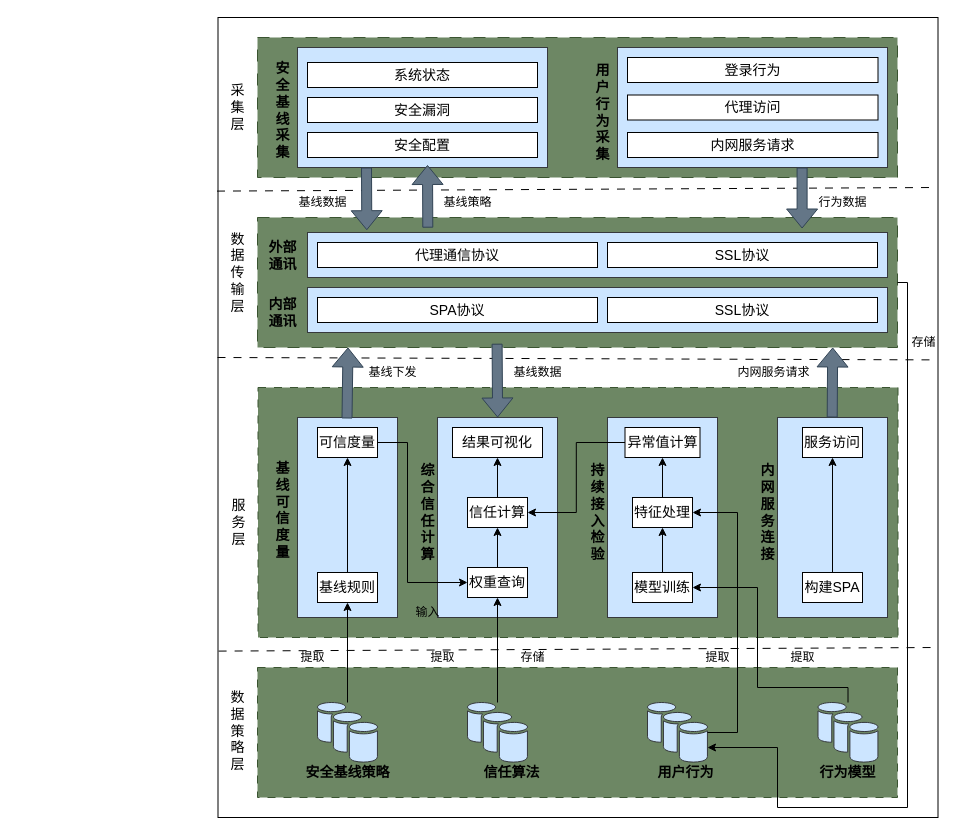
Above: testDirectory/零信任可信接入系统架构图.drawio in Moose1273/- (draw.io), before the change. Source tidied: cells renumbered, new cells numbered last; positions are measured from the earlier drawing's top-left corner, leaving out a move shared by most shapes. Both pictures are drawn from the tidied source at 100%, with x=0, y=0 at pixel (217, 17).
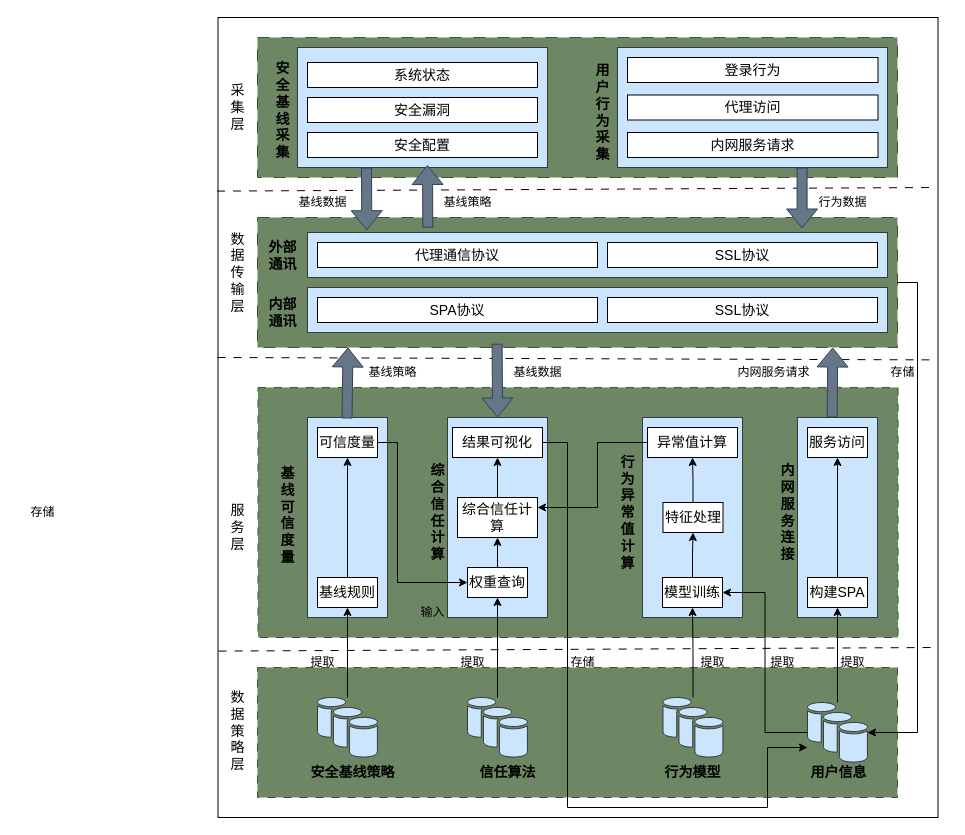
Above is the later version.

Commit message (it also covers changes not shown here):
更新零信任可信接入系统架构图.drawio

Unchanged cells that the change refers to:
```xml
<mxCell id="3" style="rounded=0;whiteSpace=wrap;html=1;fillColor=#6d8764;strokeColor=#3A5431;fontColor=#ffffff;dashed=1;dashPattern=12 12;" parent="1" vertex="1">
  <mxGeometry x="40" y="200" width="640" height="130" as="geometry" />
</mxCell>
<mxCell id="47" value="权重查询" style="whiteSpace=wrap;html=1;fontSize=14;verticalAlign=middle;sketch=0;shadow=0;dashed=0;" parent="1" vertex="1">
  <mxGeometry x="250" y="550" width="60" height="30" as="geometry" />
</mxCell>
<mxCell id="48" value="结果可视化" style="whiteSpace=wrap;html=1;fontSize=14;rounded=0;" parent="1" vertex="1">
  <mxGeometry x="235" y="410" width="90" height="30" as="geometry" />
</mxCell>
<mxCell id="54" value="可信度量" style="rounded=0;whiteSpace=wrap;html=1;fontSize=14;" parent="1" vertex="1">
  <mxGeometry x="100" y="410" width="60" height="30" as="geometry" />
</mxCell>
```

Change to the diagram source:
```diff
@@
     <mxCell id="9" value="&lt;font style=&quot;font-size: 14px;&quot;&gt;服&lt;br style=&quot;font-size: 14px;&quot;&gt;务&lt;br style=&quot;font-size: 14px;&quot;&gt;层&lt;/font&gt;" style="text;html=1;align=center;verticalAlign=middle;strokeColor=none;fillColor=none;fontSize=14;" parent="1" vertex="1">
-      <mxGeometry x="0.5" y="475" width="40" height="60" as="geometry" />
+      <mxGeometry y="480" width="40" height="60" as="geometry" />
     </mxCell>
+    <mxCell id="12" style="edgeStyle=orthogonalEdgeStyle;rounded=0;jettySize=auto;html=1;exitX=1;exitY=0.5;exitDx=0;exitDy=0;" parent="1" edge="1" source="3" target="33">
+      <mxGeometry relative="1" as="geometry">
+        <Array as="points">
+          <mxPoint x="700" y="265" />
+          <mxPoint x="700" y="715" />
+        </Array>
+      </mxGeometry>
+    </mxCell>
@@
     <mxCell id="11" style="rounded=0;whiteSpace=wrap;html=1;fillColor=#cce5ff;strokeColor=#36393d;" parent="1" vertex="1">
-      <mxGeometry x="560" y="400" width="110" height="200" as="geometry" />
+      <mxGeometry x="580" y="400" width="80" height="200" as="geometry" />
     </mxCell>
-    <mxCell id="12" style="edgeStyle=orthogonalEdgeStyle;rounded=0;jettySize=auto;html=1;exitX=1;exitY=0.5;exitDx=0;exitDy=0;entryX=1;entryY=0.75;entryDx=0;entryDy=0;entryPerimeter=0;" parent="1" edge="1" source="3" target="33">
-      <mxGeometry relative="1" as="geometry">
-        <Array as="points">
-          <mxPoint x="690" y="265" />
-          <mxPoint x="690" y="790" />
-          <mxPoint x="560" y="790" />
-          <mxPoint x="560" y="730" />
-        </Array>
-      </mxGeometry>
-    </mxCell>
@@
     <mxCell id="19" style="sketch=0;shadow=0;dashed=0;html=1;labelPosition=center;verticalLabelPosition=bottom;verticalAlign=top;outlineConnect=0;align=center;shape=mxgraph.office.databases.database_availability_group;fontSize=14;fillColor=#cce5ff;strokeColor=#36393d;" parent="1" vertex="1">
-      <mxGeometry x="100" y="685" width="60" height="60" as="geometry" />
+      <mxGeometry x="100" y="680" width="60" height="60" as="geometry" />
     </mxCell>
@@
-    <mxCell id="23" value="&lt;span style=&quot;font-size: 14px;&quot;&gt;&lt;b&gt;持&lt;br&gt;续&lt;br&gt;接&lt;br&gt;入&lt;br&gt;检&lt;br&gt;验&lt;/b&gt;&lt;/span&gt;" style="text;html=1;align=center;verticalAlign=middle;strokeColor=none;fillColor=none;" parent="1" vertex="1">
-      <mxGeometry x="360" y="440" width="40" height="110" as="geometry" />
+    <mxCell id="23" value="&lt;span style=&quot;font-size: 14px;&quot;&gt;&lt;b&gt;行&lt;/b&gt;&lt;/span&gt;&lt;div&gt;&lt;span style=&quot;font-size: 14px;&quot;&gt;&lt;b&gt;为&lt;/b&gt;&lt;/span&gt;&lt;/div&gt;&lt;div&gt;&lt;span style=&quot;font-size: 14px;&quot;&gt;&lt;b&gt;异&lt;/b&gt;&lt;/span&gt;&lt;div&gt;&lt;span style=&quot;font-size: 14px;&quot;&gt;&lt;b&gt;常&lt;/b&gt;&lt;/span&gt;&lt;/div&gt;&lt;div&gt;&lt;span style=&quot;font-size: 14px;&quot;&gt;&lt;b&gt;值&lt;/b&gt;&lt;/span&gt;&lt;/div&gt;&lt;div&gt;&lt;span style=&quot;font-size: 14px;&quot;&gt;&lt;b&gt;计&lt;/b&gt;&lt;/span&gt;&lt;/div&gt;&lt;div&gt;&lt;span style=&quot;font-size: 14px;&quot;&gt;&lt;b&gt;算&lt;/b&gt;&lt;/span&gt;&lt;/div&gt;&lt;/div&gt;" style="text;html=1;align=center;verticalAlign=middle;strokeColor=none;fillColor=none;" parent="1" vertex="1">
+      <mxGeometry x="390" y="430" width="40" height="130" as="geometry" />
     </mxCell>
     <mxCell id="24" style="sketch=0;shadow=0;dashed=0;html=1;strokeColor=#36393d;fillColor=#cce5ff;labelPosition=center;verticalLabelPosition=bottom;verticalAlign=top;outlineConnect=0;align=center;shape=mxgraph.office.databases.database_availability_group;fontSize=14;" parent="1" vertex="1">
-      <mxGeometry x="250" y="685" width="60" height="60" as="geometry" />
+      <mxGeometry x="250" y="680" width="60" height="60" as="geometry" />
     </mxCell>
@@
     <mxCell id="30" value="&lt;b&gt;&lt;font style=&quot;font-size: 14px;&quot;&gt;信任算法&lt;/font&gt;&lt;/b&gt;" style="text;html=1;align=center;verticalAlign=middle;strokeColor=none;fillColor=none;" parent="1" vertex="1">
-      <mxGeometry x="253.5" y="740" width="80" height="30" as="geometry" />
+      <mxGeometry x="250" y="740" width="80" height="30" as="geometry" />
     </mxCell>
-    <mxCell id="31" value="&lt;span style=&quot;font-size: 14px;&quot;&gt;&lt;b&gt;用户行为&lt;/b&gt;&lt;/span&gt;" style="text;html=1;align=center;verticalAlign=middle;strokeColor=none;fillColor=none;" parent="1" vertex="1">
-      <mxGeometry x="427.5" y="740" width="80" height="30" as="geometry" />
+    <mxCell id="31" value="&lt;span style=&quot;font-size: 14px;&quot;&gt;&lt;b&gt;用户信息&lt;/b&gt;&lt;/span&gt;" style="text;html=1;align=center;verticalAlign=middle;strokeColor=none;fillColor=none;" parent="1" vertex="1">
+      <mxGeometry x="580.5" y="740" width="80" height="30" as="geometry" />
     </mxCell>
     <mxCell id="32" value="&lt;b&gt;&lt;font style=&quot;font-size: 14px;&quot;&gt;行为模型&lt;/font&gt;&lt;/b&gt;" style="text;html=1;align=center;verticalAlign=middle;strokeColor=none;fillColor=none;" parent="1" vertex="1">
-      <mxGeometry x="590" y="740" width="80" height="30" as="geometry" />
+      <mxGeometry x="435" y="740" width="80" height="30" as="geometry" />
     </mxCell>
+    <mxCell id="91" style="edgeStyle=orthogonalEdgeStyle;rounded=0;jettySize=auto;html=1;" parent="1" edge="1" source="33" target="51">
+      <mxGeometry relative="1" as="geometry" />
+    </mxCell>
     <mxCell id="33" style="sketch=0;shadow=0;dashed=0;html=1;strokeColor=#36393d;fillColor=#cce5ff;labelPosition=center;verticalLabelPosition=bottom;verticalAlign=top;outlineConnect=0;align=center;shape=mxgraph.office.databases.database_availability_group;fontSize=14;" parent="1" vertex="1">
-      <mxGeometry x="430" y="685" width="60" height="60" as="geometry" />
+      <mxGeometry x="590" y="685" width="60" height="60" as="geometry" />
     </mxCell>
     <mxCell id="34" style="sketch=0;shadow=0;dashed=0;html=1;strokeColor=#36393d;fillColor=#cce5ff;labelPosition=center;verticalLabelPosition=bottom;verticalAlign=top;outlineConnect=0;align=center;shape=mxgraph.office.databases.database_availability_group;fontSize=14;" parent="1" vertex="1">
-      <mxGeometry x="600.5" y="685" width="60" height="60" as="geometry" />
+      <mxGeometry x="445.5" y="680" width="60" height="60" as="geometry" />
     </mxCell>
     <mxCell id="35" value="&lt;span style=&quot;font-size: 14px;&quot;&gt;&lt;b&gt;安全基线策略&lt;/b&gt;&lt;/span&gt;" style="text;html=1;align=center;verticalAlign=middle;strokeColor=none;fillColor=none;" parent="1" vertex="1">
-      <mxGeometry x="75" y="740" width="110" height="30" as="geometry" />
+      <mxGeometry x="80" y="740" width="110" height="30" as="geometry" />
     </mxCell>
@@
     <mxCell id="42" value="&lt;span style=&quot;font-size: 14px;&quot;&gt;&lt;b&gt;综&lt;/b&gt;&lt;/span&gt;&lt;div&gt;&lt;span style=&quot;font-size: 14px;&quot;&gt;&lt;b&gt;合&lt;/b&gt;&lt;/span&gt;&lt;/div&gt;&lt;div&gt;&lt;span style=&quot;font-size: 14px;&quot;&gt;&lt;b&gt;信&lt;/b&gt;&lt;/span&gt;&lt;/div&gt;&lt;div&gt;&lt;span style=&quot;font-size: 14px;&quot;&gt;&lt;b&gt;任&lt;/b&gt;&lt;/span&gt;&lt;/div&gt;&lt;div&gt;&lt;span style=&quot;font-size: 14px;&quot;&gt;&lt;b&gt;计&lt;/b&gt;&lt;/span&gt;&lt;/div&gt;&lt;div&gt;&lt;span style=&quot;font-size: 14px;&quot;&gt;&lt;b&gt;算&lt;/b&gt;&lt;/span&gt;&lt;/div&gt;" style="text;html=1;align=center;verticalAlign=middle;strokeColor=none;fillColor=none;" parent="1" vertex="1">
-      <mxGeometry x="190" y="440" width="40" height="110" as="geometry" />
+      <mxGeometry x="200" y="440" width="40" height="110" as="geometry" />
     </mxCell>
     <mxCell id="43" value="&lt;span style=&quot;font-size: 14px;&quot;&gt;&lt;b&gt;基&lt;/b&gt;&lt;/span&gt;&lt;div&gt;&lt;span style=&quot;font-size: 14px;&quot;&gt;&lt;b&gt;线&lt;/b&gt;&lt;/span&gt;&lt;/div&gt;&lt;div&gt;&lt;span style=&quot;font-size: 14px;&quot;&gt;&lt;b&gt;可&lt;/b&gt;&lt;/span&gt;&lt;/div&gt;&lt;div&gt;&lt;span style=&quot;font-size: 14px;&quot;&gt;&lt;b&gt;信&lt;/b&gt;&lt;/span&gt;&lt;/div&gt;&lt;div&gt;&lt;span style=&quot;font-size: 14px;&quot;&gt;&lt;b&gt;度&lt;/b&gt;&lt;/span&gt;&lt;/div&gt;&lt;div&gt;&lt;span style=&quot;font-size: 14px;&quot;&gt;&lt;b&gt;量&lt;/b&gt;&lt;/span&gt;&lt;/div&gt;&lt;div&gt;&lt;br&gt;&lt;/div&gt;" style="text;html=1;align=center;verticalAlign=middle;strokeColor=none;fillColor=none;" parent="1" vertex="1">
-      <mxGeometry x="45" y="435" width="40" height="130" as="geometry" />
+      <mxGeometry x="50" y="440" width="40" height="130" as="geometry" />
     </mxCell>
     <mxCell id="44" style="rounded=0;whiteSpace=wrap;html=1;fillColor=#cce5ff;strokeColor=#36393d;" parent="1" vertex="1">
-      <mxGeometry x="220" y="400" width="120" height="200" as="geometry" />
+      <mxGeometry x="230" y="400" width="100" height="200" as="geometry" />
     </mxCell>
@@
     <mxCell id="49" style="rounded=0;whiteSpace=wrap;html=1;fillColor=#cce5ff;strokeColor=#36393d;" parent="1" vertex="1">
-      <mxGeometry x="390" y="400" width="110" height="200" as="geometry" />
+      <mxGeometry x="425" y="400" width="100" height="200" as="geometry" />
     </mxCell>
@@
     <mxCell id="51" value="构建SPA" style="whiteSpace=wrap;html=1;fontSize=14;rounded=0;" parent="1" vertex="1">
-      <mxGeometry x="585" y="555" width="60" height="30" as="geometry" />
+      <mxGeometry x="590" y="560" width="60" height="30" as="geometry" />
     </mxCell>
     <mxCell id="52" style="rounded=0;whiteSpace=wrap;html=1;fillColor=#cce5ff;strokeColor=#36393d;" parent="1" vertex="1">
-      <mxGeometry x="80" y="400" width="100" height="200" as="geometry" />
+      <mxGeometry x="90" y="400" width="80" height="200" as="geometry" />
     </mxCell>
     <mxCell id="53" style="edgeStyle=orthogonalEdgeStyle;rounded=0;jettySize=auto;html=1;entryX=0;entryY=0.5;entryDx=0;entryDy=0;" parent="1" edge="1" source="54" target="47">
       <mxGeometry relative="1" as="geometry">
         <Array as="points">
-          <mxPoint x="190" y="425" />
-          <mxPoint x="190" y="565" />
+          <mxPoint x="180" y="425" />
+          <mxPoint x="180" y="565" />
         </Array>
       </mxGeometry>
     </mxCell>
@@
     <mxCell id="57" value="基线规则" style="whiteSpace=wrap;html=1;fontSize=14;verticalAlign=middle;sketch=0;shadow=0;dashed=0;" parent="1" vertex="1">
-      <mxGeometry x="100" y="555" width="60" height="30" as="geometry" />
+      <mxGeometry x="100" y="560" width="60" height="30" as="geometry" />
     </mxCell>
@@
-    <mxCell id="63" value="基线下发" style="text;html=1;align=center;verticalAlign=middle;strokeColor=none;fillColor=none;" parent="1" vertex="1">
+    <mxCell id="63" value="基线策略" style="text;html=1;align=center;verticalAlign=middle;strokeColor=none;fillColor=none;" parent="1" vertex="1">
       <mxGeometry x="140" y="340" width="70" height="30" as="geometry" />
     </mxCell>
     <mxCell id="64" value="&lt;div&gt;&lt;span style=&quot;font-size: 14px;&quot;&gt;&lt;b&gt;内&lt;/b&gt;&lt;/span&gt;&lt;/div&gt;&lt;div&gt;&lt;span style=&quot;font-size: 14px;&quot;&gt;&lt;b&gt;网&lt;/b&gt;&lt;/span&gt;&lt;/div&gt;&lt;span style=&quot;font-size: 14px;&quot;&gt;&lt;b&gt;服&lt;/b&gt;&lt;/span&gt;&lt;div&gt;&lt;span style=&quot;font-size: 14px;&quot;&gt;&lt;b&gt;务&lt;/b&gt;&lt;/span&gt;&lt;/div&gt;&lt;div&gt;&lt;span style=&quot;font-size: 14px;&quot;&gt;&lt;b&gt;连&lt;/b&gt;&lt;/span&gt;&lt;/div&gt;&lt;div&gt;&lt;span style=&quot;font-size: 14px;&quot;&gt;&lt;b&gt;接&lt;/b&gt;&lt;/span&gt;&lt;/div&gt;" style="text;html=1;align=center;verticalAlign=middle;strokeColor=none;fillColor=none;" parent="1" vertex="1">
-      <mxGeometry x="530" y="440" width="40" height="110" as="geometry" />
+      <mxGeometry x="550" y="440" width="40" height="110" as="geometry" />
     </mxCell>
@@
     <mxCell id="66" value="模型训练" style="whiteSpace=wrap;html=1;fontSize=14;verticalAlign=middle;sketch=0;shadow=0;dashed=0;" parent="1" vertex="1">
-      <mxGeometry x="415" y="555" width="60" height="30" as="geometry" />
+      <mxGeometry x="445" y="560" width="60" height="30" as="geometry" />
     </mxCell>
@@
     <mxCell id="68" value="特征处理" style="rounded=0;whiteSpace=wrap;html=1;fontSize=14;" parent="1" vertex="1">
-      <mxGeometry x="415" y="480" width="60" height="30" as="geometry" />
+      <mxGeometry x="445.5" y="485" width="60" height="30" as="geometry" />
     </mxCell>
-    <mxCell id="69" style="edgeStyle=orthogonalEdgeStyle;rounded=0;jettySize=auto;html=1;entryX=1;entryY=0.5;entryDx=0;entryDy=0;" parent="1" edge="1" source="70" target="77">
-      <mxGeometry relative="1" as="geometry" />
+    <mxCell id="69" style="edgeStyle=orthogonalEdgeStyle;rounded=0;jettySize=auto;html=1;entryX=1;entryY=0.25;entryDx=0;entryDy=0;" parent="1" edge="1" source="70" target="77">
+      <mxGeometry relative="1" as="geometry">
+        <Array as="points">
+          <mxPoint x="380" y="425" />
+          <mxPoint x="380" y="490" />
+        </Array>
+      </mxGeometry>
     </mxCell>
     <mxCell id="70" value="异常值计算" style="whiteSpace=wrap;html=1;fontSize=14;rounded=0;" parent="1" vertex="1">
-      <mxGeometry x="407.5" y="410" width="75" height="30" as="geometry" />
+      <mxGeometry x="430" y="410" width="90" height="30" as="geometry" />
     </mxCell>
     <mxCell id="71" value="输入" style="text;html=1;align=center;verticalAlign=middle;strokeColor=none;fillColor=none;" parent="1" vertex="1">
-      <mxGeometry x="185" y="580" width="50" height="30" as="geometry" />
+      <mxGeometry x="190" y="580" width="50" height="30" as="geometry" />
     </mxCell>
-    <mxCell id="72" value="存储" style="text;html=1;align=center;verticalAlign=middle;strokeColor=none;fillColor=none;" parent="1" vertex="1">
-      <mxGeometry x="290" y="625" width="50" height="30" as="geometry" />
-    </mxCell>
     <mxCell id="73" value="提取" style="text;html=1;align=center;verticalAlign=middle;strokeColor=none;fillColor=none;" parent="1" vertex="1">
-      <mxGeometry x="70" y="625" width="50" height="30" as="geometry" />
+      <mxGeometry x="80" y="630" width="50" height="30" as="geometry" />
     </mxCell>
     <mxCell id="74" value="存储" style="text;html=1;align=center;verticalAlign=middle;strokeColor=none;fillColor=none;" parent="1" vertex="1">
-      <mxGeometry x="680.5" y="310" width="50" height="30" as="geometry" />
+      <mxGeometry x="660" y="340" width="50" height="30" as="geometry" />
     </mxCell>
-    <mxCell id="75" style="edgeStyle=orthogonalEdgeStyle;rounded=0;jettySize=auto;html=1;entryX=1;entryY=0.5;entryDx=0;entryDy=0;" parent="1" edge="1" source="33" target="68">
-      <mxGeometry relative="1" as="geometry">
-        <Array as="points">
-          <mxPoint x="520" y="715" />
-          <mxPoint x="520" y="495" />
-        </Array>
-      </mxGeometry>
-    </mxCell>
@@
-    <mxCell id="77" value="信任计算" style="rounded=0;whiteSpace=wrap;html=1;fontSize=14;" parent="1" vertex="1">
-      <mxGeometry x="250" y="480" width="60" height="30" as="geometry" />
+    <mxCell id="77" value="综合信任计算" style="rounded=0;whiteSpace=wrap;html=1;fontSize=14;" parent="1" vertex="1">
+      <mxGeometry x="240" y="480" width="80" height="40" as="geometry" />
     </mxCell>
     <mxCell id="78" value="提取" style="text;html=1;align=center;verticalAlign=middle;strokeColor=none;fillColor=none;" parent="1" vertex="1">
-      <mxGeometry x="200" y="625" width="50" height="30" as="geometry" />
+      <mxGeometry x="230" y="630" width="50" height="30" as="geometry" />
     </mxCell>
     <mxCell id="79" value="提取" style="text;html=1;align=center;verticalAlign=middle;strokeColor=none;fillColor=none;" parent="1" vertex="1">
-      <mxGeometry x="475" y="625" width="50" height="30" as="geometry" />
+      <mxGeometry x="470" y="630" width="50" height="30" as="geometry" />
     </mxCell>
     <mxCell id="80" value="提取" style="text;html=1;align=center;verticalAlign=middle;strokeColor=none;fillColor=none;" parent="1" vertex="1">
-      <mxGeometry x="560" y="625" width="50" height="30" as="geometry" />
+      <mxGeometry x="540" y="630" width="50" height="30" as="geometry" />
     </mxCell>
     <mxCell id="81" value="服务访问" style="whiteSpace=wrap;html=1;fontSize=14;rounded=0;" parent="1" vertex="1">
-      <mxGeometry x="585" y="410" width="60" height="30" as="geometry" />
+      <mxGeometry x="590" y="410" width="60" height="30" as="geometry" />
     </mxCell>
-    <mxCell id="82" style="edgeStyle=orthogonalEdgeStyle;rounded=0;jettySize=auto;html=1;" parent="1" edge="1" source="34" target="66">
-      <mxGeometry relative="1" as="geometry">
-        <Array as="points">
-          <mxPoint x="631" y="670" />
-          <mxPoint x="540" y="670" />
-          <mxPoint x="540" y="570" />
-        </Array>
-      </mxGeometry>
-    </mxCell>
@@
+    <mxCell id="82" style="edgeStyle=orthogonalEdgeStyle;rounded=0;jettySize=auto;html=1;entryX=0.5;entryY=1;entryDx=0;entryDy=0;" parent="1" edge="1" source="34" target="66">
+      <mxGeometry relative="1" as="geometry" />
+    </mxCell>
+    <mxCell id="92" style="edgeStyle=orthogonalEdgeStyle;rounded=0;jettySize=auto;html=1;entryX=1;entryY=0.5;entryDx=0;entryDy=0;" parent="1" edge="1" source="33" target="66">
+      <mxGeometry relative="1" as="geometry" />
+    </mxCell>
+    <mxCell id="93" value="提取" style="text;html=1;align=center;verticalAlign=middle;strokeColor=none;fillColor=none;" parent="1" vertex="1">
+      <mxGeometry x="610" y="630" width="50" height="30" as="geometry" />
+    </mxCell>
+    <mxCell id="94" value="存储" style="text;html=1;align=center;verticalAlign=middle;strokeColor=none;fillColor=none;" parent="1" vertex="1">
+      <mxGeometry x="-200" y="480" width="50" height="30" as="geometry" />
+    </mxCell>
+    <mxCell id="95" style="edgeStyle=orthogonalEdgeStyle;rounded=0;jettySize=auto;html=1;" parent="1" edge="1" source="48" target="33">
+      <mxGeometry relative="1" as="geometry">
+        <Array as="points">
+          <mxPoint x="350" y="425" />
+          <mxPoint x="350" y="790" />
+          <mxPoint x="550" y="790" />
+          <mxPoint x="550" y="730" />
+        </Array>
+      </mxGeometry>
+    </mxCell>
+    <mxCell id="96" value="存储" style="text;html=1;align=center;verticalAlign=middle;strokeColor=none;fillColor=none;" parent="1" vertex="1">
+      <mxGeometry x="340" y="630" width="50" height="30" as="geometry" />
+    </mxCell>
```
